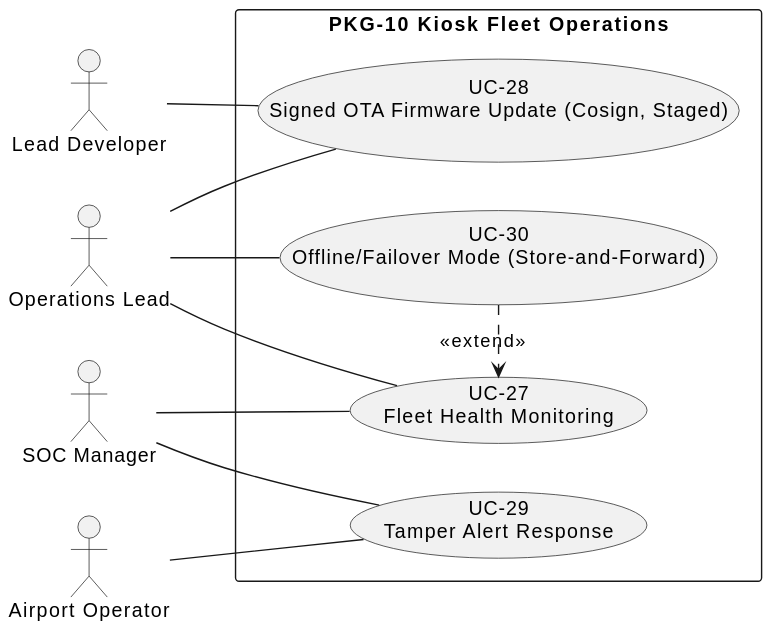
pauloribeiro16/Methodology_compact keeps this PlantUML diagram as 02_CASES/Case_02_SecureBorder_Solutions/03_PHASE3_DECOMPOSITION/annexes/svg/A_s4_pkg_10_kiosk_fleet_operations_4_use_case.svg. Above is the earlier version.
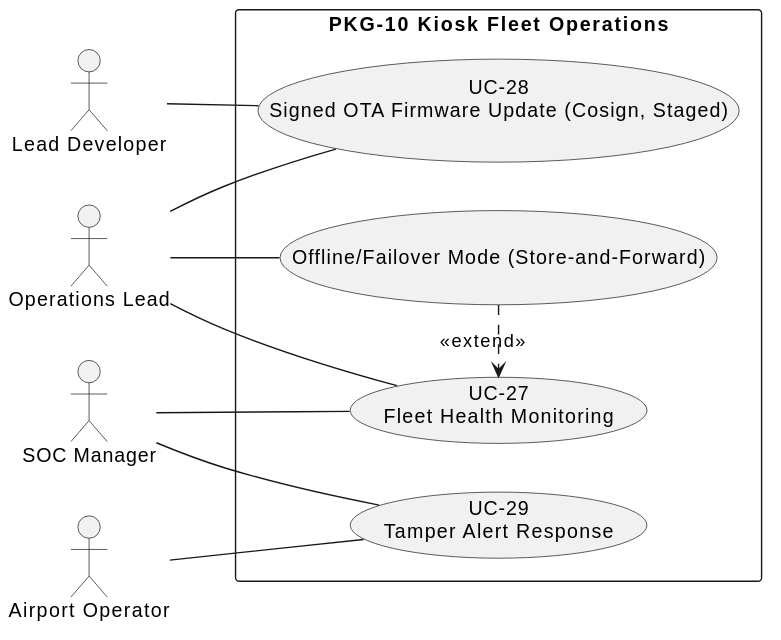
The same diagram one commit later.

What changed in the source:
```diff
@@ -8,7 +8,7 @@
 usecase "UC-27\nFleet Health Monitoring" as UC1021
 usecase "UC-28\nSigned OTA Firmware Update (Cosign, Staged)" as UC1031
 usecase "UC-29\nTamper Alert Response" as UC1041
-usecase "UC-30\nOffline/Failover Mode (Store-and-Forward)" as UC1051
+usecase "\nOffline/Failover Mode (Store-and-Forward)" as UC1051
 }
 OPS -- UC1021
 OPS -- UC1031
```
